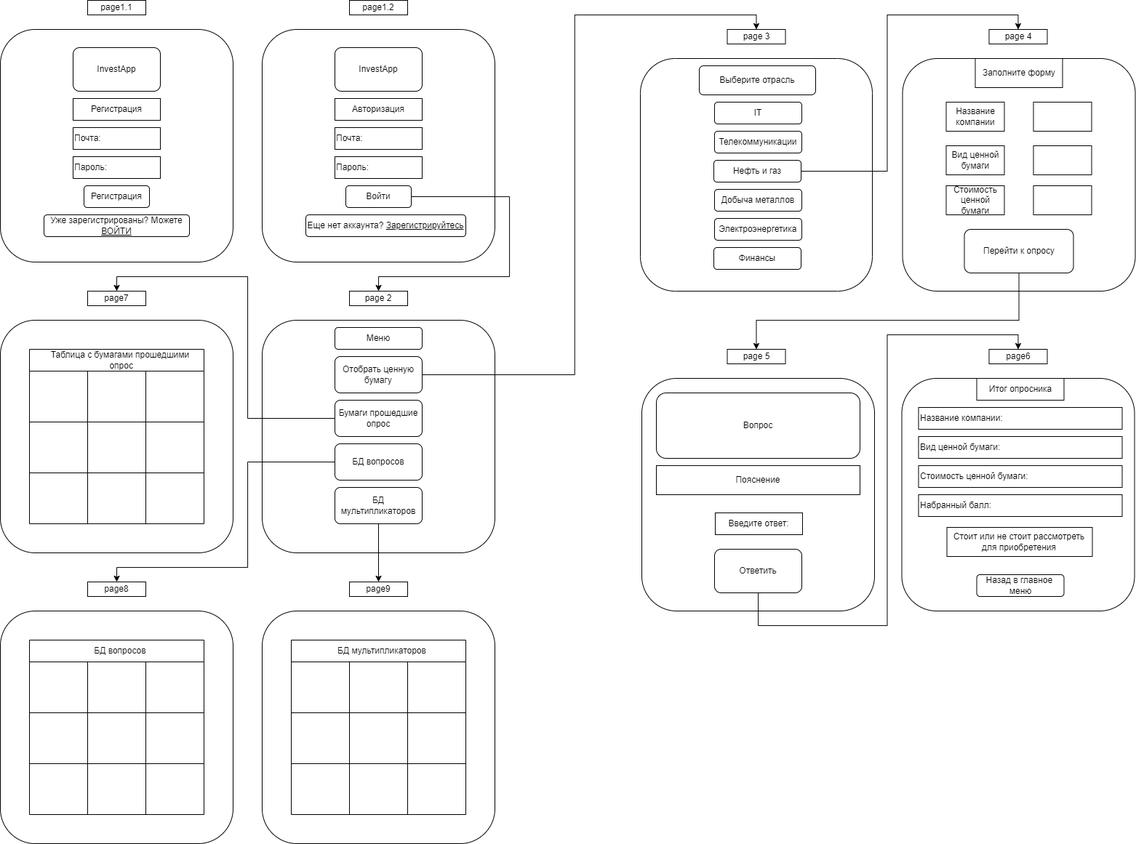
This is frontBySerjo/макетCайта.drawio.png from NikitoLa/invest, a draw.io export, as it was before one commit. Source tidied: cells renumbered, new cells last; positions are measured from the earlier drawing's top-left corner, leaving out a move shared by most shapes.
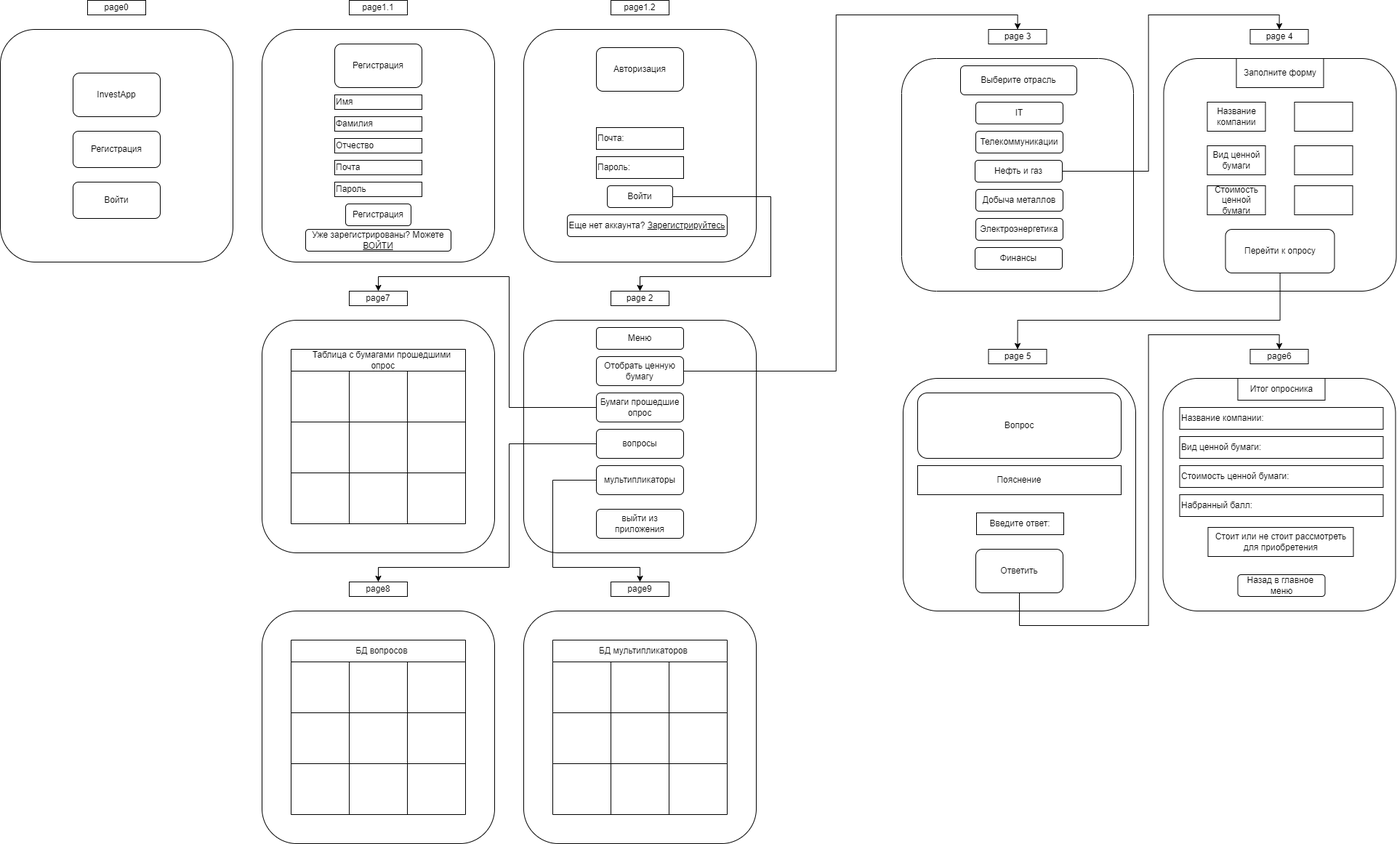
The same diagram one commit later.

What changed in the source:
```diff
@@ -5,8 +5,8 @@
     <mxCell id="2" style="rounded=1;whiteSpace=wrap;html=1;" parent="1" vertex="1">
       <mxGeometry y="40" width="320" height="320" as="geometry" />
     </mxCell>
-    <mxCell id="3" value="InvestApp" style="rounded=1;whiteSpace=wrap;html=1;" parent="1" vertex="1">
-      <mxGeometry x="100" y="65" width="120" height="60" as="geometry" />
+    <mxCell id="3" value="Регистрация" style="rounded=1;whiteSpace=wrap;html=1;" parent="1" vertex="1">
+      <mxGeometry x="100" y="60" width="120" height="60" as="geometry" />
     </mxCell>
     <mxCell id="4" style="rounded=1;whiteSpace=wrap;html=1;" parent="1" vertex="1">
       <mxGeometry x="880" y="80" width="319" height="320" as="geometry" />
@@ -84,19 +84,19 @@
       <mxGeometry x="460" y="450" width="120" height="30" as="geometry" />
     </mxCell>
     <mxCell id="27" value="Отобрать ценную бумагу" style="rounded=1;whiteSpace=wrap;html=1;" parent="1" vertex="1">
-      <mxGeometry x="460" y="490" width="120" height="50" as="geometry" />
+      <mxGeometry x="460" y="490" width="120" height="40" as="geometry" />
     </mxCell>
     <mxCell id="28" style="edgeStyle=orthogonalEdgeStyle;rounded=0;jettySize=auto;html=1;entryX=0.5;entryY=0;entryDx=0;entryDy=0;" parent="1" edge="1" source="29" target="56">
       <mxGeometry relative="1" as="geometry">
         <Array as="points">
-          <mxPoint x="340" y="575" />
+          <mxPoint x="340" y="560" />
           <mxPoint x="340" y="380" />
           <mxPoint x="160" y="380" />
         </Array>
       </mxGeometry>
     </mxCell>
     <mxCell id="29" value="Бумаги прошедшие опрос" style="rounded=1;whiteSpace=wrap;html=1;" parent="1" vertex="1">
-      <mxGeometry x="460" y="550" width="120" height="50" as="geometry" />
+      <mxGeometry x="460" y="540" width="120" height="40" as="geometry" />
     </mxCell>
     <mxCell id="30" value="Стоит или не стоит рассмотреть для приобретения" style="rounded=0;whiteSpace=wrap;html=1;" parent="1" vertex="1">
       <mxGeometry x="1301.5" y="725" width="200" height="40" as="geometry" />
@@ -118,17 +118,23 @@
     <mxCell id="34" style="edgeStyle=orthogonalEdgeStyle;rounded=0;jettySize=auto;html=1;entryX=0.5;entryY=0;entryDx=0;entryDy=0;" parent="1" edge="1" source="97" target="57">
       <mxGeometry relative="1" as="geometry">
         <Array as="points">
-          <mxPoint x="340" y="635" />
+          <mxPoint x="340" y="610" />
           <mxPoint x="340" y="780" />
           <mxPoint x="160" y="780" />
         </Array>
       </mxGeometry>
     </mxCell>
-    <mxCell id="35" style="edgeStyle=orthogonalEdgeStyle;rounded=0;jettySize=auto;html=1;exitX=0.5;exitY=1;exitDx=0;exitDy=0;entryX=0.5;entryY=0;entryDx=0;entryDy=0;" parent="1" edge="1" source="36" target="99">
-      <mxGeometry relative="1" as="geometry" />
+    <mxCell id="35" style="edgeStyle=orthogonalEdgeStyle;rounded=0;jettySize=auto;html=1;exitX=0;exitY=0.5;exitDx=0;exitDy=0;entryX=0.5;entryY=0;entryDx=0;entryDy=0;" parent="1" edge="1" source="36" target="99">
+      <mxGeometry relative="1" as="geometry">
+        <Array as="points">
+          <mxPoint x="400" y="660" />
+          <mxPoint x="400" y="780" />
+          <mxPoint x="520" y="780" />
+        </Array>
+      </mxGeometry>
     </mxCell>
-    <mxCell id="36" value="БД мультипликаторов" style="rounded=1;whiteSpace=wrap;html=1;" parent="1" vertex="1">
-      <mxGeometry x="460" y="670" width="120" height="50" as="geometry" />
+    <mxCell id="36" value="мультипликаторы" style="rounded=1;whiteSpace=wrap;html=1;" parent="1" vertex="1">
+      <mxGeometry x="460" y="640" width="120" height="40" as="geometry" />
     </mxCell>
     <mxCell id="37" value="page 2" style="rounded=0;whiteSpace=wrap;html=1;" parent="1" vertex="1">
       <mxGeometry x="480" y="400" width="80" height="20" as="geometry" />
@@ -145,14 +151,8 @@
     <mxCell id="41" value="page6" style="rounded=0;whiteSpace=wrap;html=1;" parent="1" vertex="1">
       <mxGeometry x="1359.5" y="480" width="80" height="20" as="geometry" />
     </mxCell>
-    <mxCell id="42" value="Почта:" style="rounded=0;whiteSpace=wrap;html=1;align=left;" parent="1" vertex="1">
-      <mxGeometry x="100" y="175" width="120" height="30" as="geometry" />
-    </mxCell>
-    <mxCell id="43" value="Пароль:" style="rounded=0;whiteSpace=wrap;html=1;align=left;" parent="1" vertex="1">
-      <mxGeometry x="100" y="215" width="120" height="30" as="geometry" />
-    </mxCell>
     <mxCell id="44" value="Уже зарегистрированы? Можете &lt;u&gt;ВОЙТИ&lt;/u&gt;" style="rounded=1;whiteSpace=wrap;html=1;" parent="1" vertex="1">
-      <mxGeometry x="60" y="295" width="200" height="30" as="geometry" />
+      <mxGeometry x="60" y="315" width="200" height="30" as="geometry" />
     </mxCell>
     <mxCell id="45" value="Пояснение" style="rounded=0;whiteSpace=wrap;html=1;" parent="1" vertex="1">
       <mxGeometry x="902" y="640" width="280" height="40" as="geometry" />
@@ -288,15 +288,12 @@
       <mxGeometry x="480" width="80" height="20" as="geometry" />
     </mxCell>
     <mxCell id="87" value="Регистрация" style="rounded=1;whiteSpace=wrap;html=1;" parent="1" vertex="1">
-      <mxGeometry x="115" y="255" width="90" height="30" as="geometry" />
+      <mxGeometry x="115" y="280" width="90" height="30" as="geometry" />
     </mxCell>
-    <mxCell id="88" value="Регистрация" style="rounded=0;whiteSpace=wrap;html=1;" parent="1" vertex="1">
-      <mxGeometry x="100" y="135" width="120" height="30" as="geometry" />
-    </mxCell>
     <mxCell id="89" style="rounded=1;whiteSpace=wrap;html=1;" parent="1" vertex="1">
       <mxGeometry x="360" y="40" width="320" height="320" as="geometry" />
     </mxCell>
-    <mxCell id="90" value="InvestApp" style="rounded=1;whiteSpace=wrap;html=1;" parent="1" vertex="1">
+    <mxCell id="90" value="Авторизация" style="rounded=1;whiteSpace=wrap;html=1;" parent="1" vertex="1">
       <mxGeometry x="460" y="65" width="120" height="60" as="geometry" />
     </mxCell>
     <mxCell id="91" value="Почта:" style="rounded=0;whiteSpace=wrap;html=1;align=left;" parent="1" vertex="1">
@@ -320,11 +317,8 @@
     <mxCell id="95" value="Войти" style="rounded=1;whiteSpace=wrap;html=1;" parent="1" vertex="1">
       <mxGeometry x="475" y="255" width="90" height="30" as="geometry" />
     </mxCell>
-    <mxCell id="96" value="Авторизация" style="rounded=0;whiteSpace=wrap;html=1;" parent="1" vertex="1">
-      <mxGeometry x="460" y="135" width="120" height="30" as="geometry" />
-    </mxCell>
-    <mxCell id="97" value="БД вопросов" style="rounded=1;whiteSpace=wrap;html=1;" parent="1" vertex="1">
-      <mxGeometry x="460" y="610" width="120" height="50" as="geometry" />
+    <mxCell id="97" value="вопросы" style="rounded=1;whiteSpace=wrap;html=1;" parent="1" vertex="1">
+      <mxGeometry x="460" y="590" width="120" height="40" as="geometry" />
     </mxCell>
     <mxCell id="98" style="rounded=1;whiteSpace=wrap;html=1;" parent="1" vertex="1">
       <mxGeometry x="360" y="840" width="320" height="320" as="geometry" />
@@ -377,5 +371,38 @@
     <mxCell id="114" style="edgeStyle=orthogonalEdgeStyle;rounded=0;jettySize=auto;html=1;entryX=0.5;entryY=0;entryDx=0;entryDy=0;" parent="1" edge="1" source="27" target="38">
       <mxGeometry relative="1" as="geometry" />
     </mxCell>
+    <mxCell id="115" value="Имя" style="rounded=0;whiteSpace=wrap;html=1;align=left;" parent="1" vertex="1">
+      <mxGeometry x="100" y="130" width="120" height="20" as="geometry" />
+    </mxCell>
+    <mxCell id="116" value="Фамилия" style="rounded=0;whiteSpace=wrap;html=1;align=left;" parent="1" vertex="1">
+      <mxGeometry x="100" y="160" width="120" height="20" as="geometry" />
+    </mxCell>
+    <mxCell id="117" value="Отчество" style="rounded=0;whiteSpace=wrap;html=1;align=left;" parent="1" vertex="1">
+      <mxGeometry x="100" y="190" width="120" height="20" as="geometry" />
+    </mxCell>
+    <mxCell id="118" value="Почта" style="rounded=0;whiteSpace=wrap;html=1;align=left;" parent="1" vertex="1">
+      <mxGeometry x="100" y="220" width="120" height="20" as="geometry" />
+    </mxCell>
+    <mxCell id="119" value="Пароль" style="rounded=0;whiteSpace=wrap;html=1;align=left;" parent="1" vertex="1">
+      <mxGeometry x="100" y="250" width="120" height="20" as="geometry" />
+    </mxCell>
+    <mxCell id="120" style="rounded=1;whiteSpace=wrap;html=1;" parent="1" vertex="1">
+      <mxGeometry x="-360" y="40" width="320" height="320" as="geometry" />
+    </mxCell>
+    <mxCell id="121" value="InvestApp" style="rounded=1;whiteSpace=wrap;html=1;" parent="1" vertex="1">
+      <mxGeometry x="-260" y="100" width="120" height="60" as="geometry" />
+    </mxCell>
+    <mxCell id="122" value="page0" style="rounded=0;whiteSpace=wrap;html=1;" parent="1" vertex="1">
+      <mxGeometry x="-240" width="80" height="20" as="geometry" />
+    </mxCell>
+    <mxCell id="88" value="Регистрация" style="rounded=1;whiteSpace=wrap;html=1;" parent="1" vertex="1">
+      <mxGeometry x="-260" y="180" width="120" height="50" as="geometry" />
+    </mxCell>
+    <mxCell id="123" value="Войти" style="rounded=1;whiteSpace=wrap;html=1;" parent="1" vertex="1">
+      <mxGeometry x="-260" y="250" width="120" height="50" as="geometry" />
+    </mxCell>
+    <mxCell id="124" value="выйти из приложения" style="rounded=1;whiteSpace=wrap;html=1;" parent="1" vertex="1">
+      <mxGeometry x="460" y="700" width="120" height="40" as="geometry" />
+    </mxCell>
   </root>
 </mxGraphModel>
```
